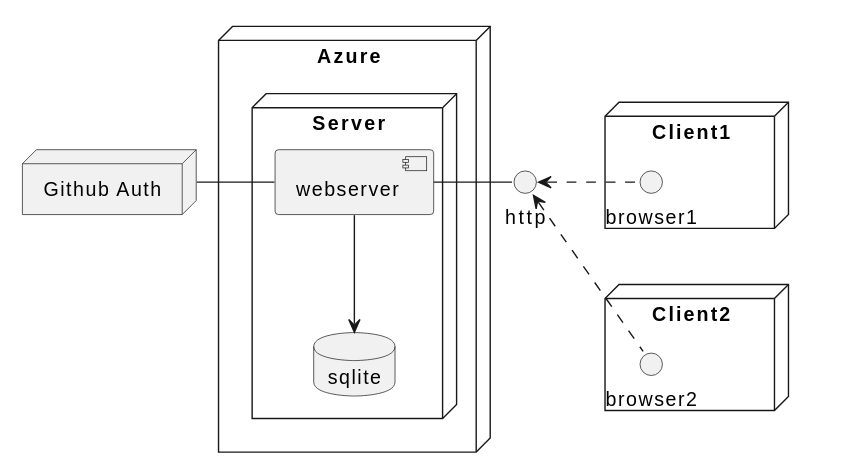
This is docs/images/deployed-architecture.svg from ITU-BDSA2024-GROUP17/Chirp, a PlantUML export, as it was before one commit. The source it was exported from:
```plantuml
@startuml
skinparam package<<Layout>> {
  borderColor Transparent
  backgroundColor Transparent
  fontColor Transparent
  stereotypeFontColor Transparent
}
node "Github Auth"
node "Azure" {
    node "Server" {
        database sqlite
        "Github Auth" - [webserver]
        webserver --> sqlite
    }
}
package layout1 <<layout>> {
    node "Client1" {
        () browser1
    }
    node "Client2" {
        () browser2
    }
}
Client1 -[Hidden]-> Client2
http <. browser1
http <. browser2
webserver - http
@enduml
```
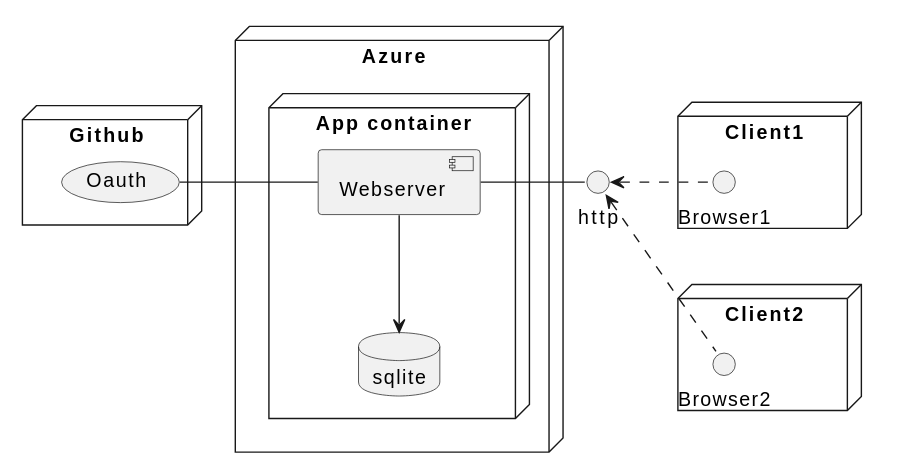
After the change.

Change to the diagram source:
```diff
@@ -5,24 +5,27 @@
   fontColor Transparent
   stereotypeFontColor Transparent
 }
-node "Github Auth"
+node "Github" {
+    (Oauth)
+}
 node "Azure" {
-    node "Server" {
+    node "App container" {
         database sqlite
-        "Github Auth" - [webserver]
-        webserver --> sqlite
+        Oauth - [Webserver]
+        Webserver --> sqlite
     }
 }
 package layout1 <<layout>> {
     node "Client1" {
-        () browser1
+        () Browser1
     }
     node "Client2" {
-        () browser2
+        () Browser2
     }
 }
 Client1 -[Hidden]-> Client2
-http <. browser1
-http <. browser2
-webserver - http
+() http
+http <. Browser1
+http <. Browser2
+Webserver - http
 @enduml
```
